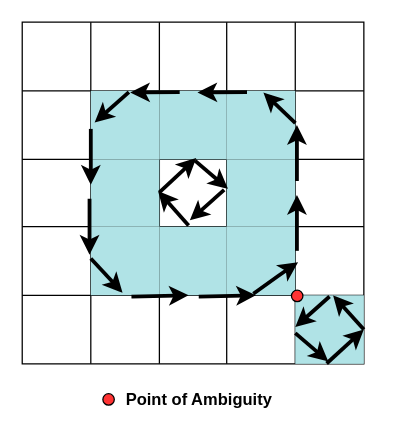
Above: page "Page-3" (3 of 4) of Untitled Diagram.drawio in CoreSheep/AI (draw.io), before the change. Source tidied: cells renumbered, new cells numbered last; positions are measured from the earlier drawing's top-left corner, leaving out a move shared by most shapes. Both pictures are drawn from the tidied source at 127%, with x=0, y=0 at pixel (22, 22).
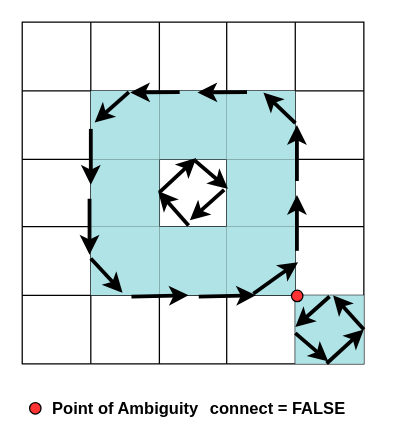
The same diagram, later.

The edit, as a diff of the source:
```diff
@@
-    <mxCell id="46" style="ellipse;whiteSpace=wrap;html=1;fillColor=#FF3333;" parent="1" vertex="1">
-      <mxGeometry x="63.5" y="292.5" width="9" height="9" as="geometry" />
-    </mxCell>
-    <mxCell id="47" value="&lt;font size=&quot;1&quot; style=&quot;&quot;&gt;&lt;b style=&quot;font-size: 13px;&quot;&gt;Point of Ambiguity&lt;/b&gt;&lt;/font&gt;" style="text;html=1;align=center;verticalAlign=middle;strokeColor=none;fillColor=none;" parent="1" vertex="1">
-      <mxGeometry x="72.5" y="283" width="133" height="28" as="geometry" />
-    </mxCell>
@@
+    <mxCell id="56" style="ellipse;whiteSpace=wrap;html=1;fillColor=#FF3333;" parent="1" vertex="1">
+      <mxGeometry x="5.8" y="299.5" width="9" height="9" as="geometry" />
+    </mxCell>
+    <mxCell id="47" value="&lt;font size=&quot;1&quot; style=&quot;&quot;&gt;&lt;b style=&quot;font-size: 13px;&quot;&gt;Point of Ambiguity&lt;/b&gt;&lt;/font&gt;" style="text;html=1;align=center;verticalAlign=middle;strokeColor=none;fillColor=none;" parent="1" vertex="1">
+      <mxGeometry x="14.8" y="290" width="133" height="28" as="geometry" />
+    </mxCell>
+    <mxCell id="57" value="&lt;span style=&quot;font-size: 13px;&quot;&gt;&lt;b&gt;connect = FALSE&lt;/b&gt;&lt;/span&gt;" style="text;html=1;align=center;verticalAlign=middle;strokeColor=none;fillColor=none;" parent="1" vertex="1">
+      <mxGeometry x="138.2" y="290" width="125" height="28" as="geometry" />
+    </mxCell>
```
